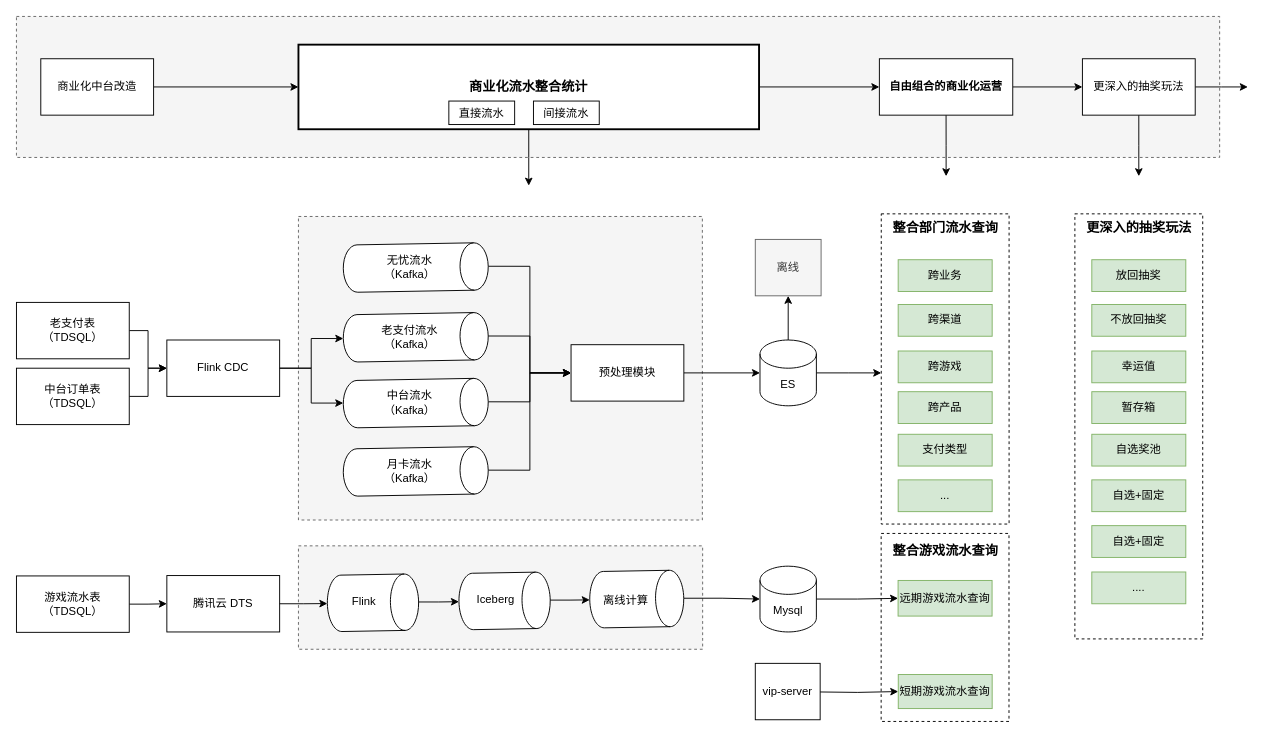
axtrur/resource keeps this draw.io diagram as 2023H2.drawio. Above is the earlier version. Source tidied: cells renumbered, new cells numbered last; positions are measured from the earlier drawing's top-left corner, leaving out a move shared by most shapes. Both pictures are drawn from the tidied source at 94%, with x=0, y=0 at pixel (16, 16).
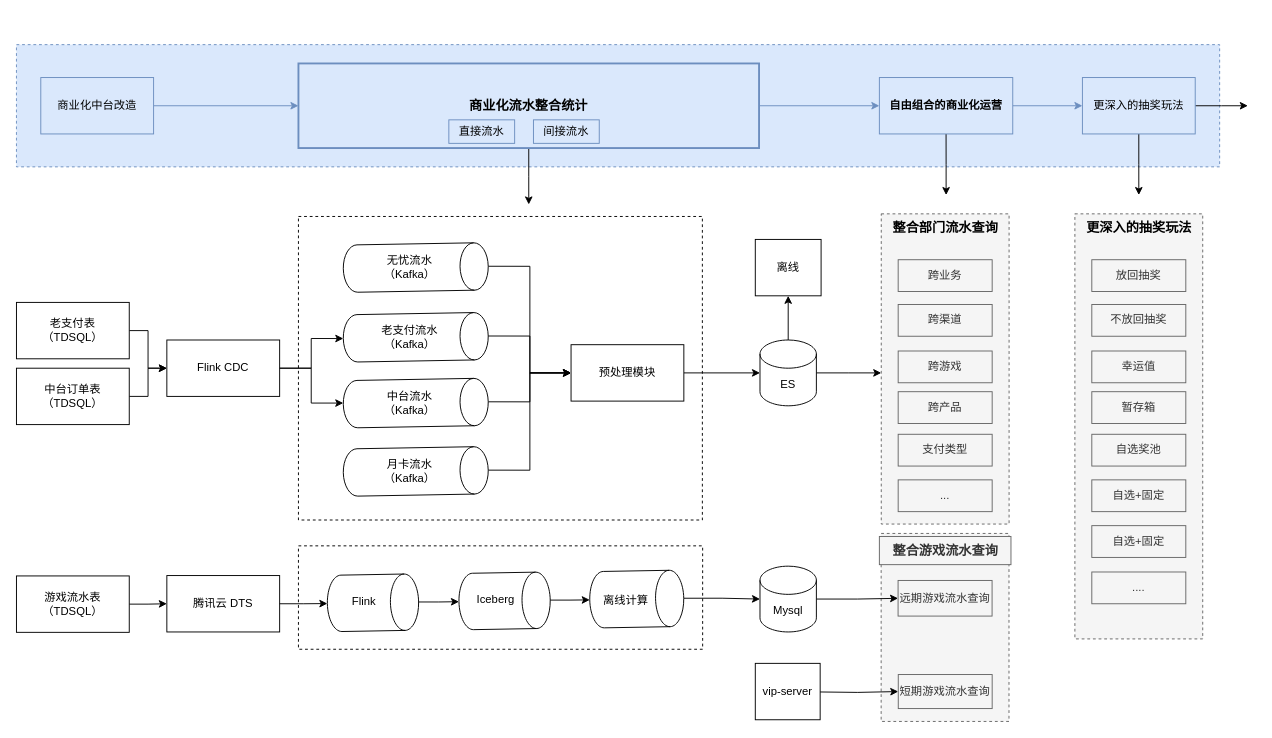
Above is the later version.

Change to the diagram source:
```diff
@@
-    <mxCell id="2" style="rounded=0;whiteSpace=wrap;html=1;dashed=1;fillColor=#f5f5f5;fontColor=#333333;strokeColor=#666666;" parent="1" vertex="1">
-      <mxGeometry width="1280" height="150" as="geometry" />
+    <mxCell id="2" style="rounded=0;whiteSpace=wrap;html=1;dashed=1;fillColor=#dae8fc;strokeColor=#6c8ebf;" parent="1" vertex="1">
+      <mxGeometry y="30" width="1280" height="130" as="geometry" />
     </mxCell>
-    <mxCell id="3" style="rounded=0;whiteSpace=wrap;html=1;dashed=1;" parent="1" vertex="1">
+    <mxCell id="3" style="rounded=0;whiteSpace=wrap;html=1;dashed=1;fillColor=#f5f5f5;fontColor=#333333;strokeColor=#666666;" parent="1" vertex="1">
       <mxGeometry x="919.9" y="550" width="136" height="200" as="geometry" />
     </mxCell>
-    <mxCell id="4" style="rounded=0;whiteSpace=wrap;html=1;dashed=1;fillColor=#f5f5f5;fontColor=#333333;strokeColor=#666666;" parent="1" vertex="1">
+    <mxCell id="4" style="rounded=0;whiteSpace=wrap;html=1;dashed=1;" parent="1" vertex="1">
       <mxGeometry x="300" y="212.8" width="429.7" height="322.9" as="geometry" />
     </mxCell>
@@
-    <mxCell id="14" style="rounded=0;whiteSpace=wrap;html=1;dashed=1;fillColor=#f5f5f5;fontColor=#333333;strokeColor=#666666;" parent="1" vertex="1">
+    <mxCell id="14" style="rounded=0;whiteSpace=wrap;html=1;dashed=1;" parent="1" vertex="1">
       <mxGeometry x="300" y="563.2" width="430" height="110" as="geometry" />
     </mxCell>
@@
-    <mxCell id="45" value="远期游戏流水查询" style="rounded=0;whiteSpace=wrap;html=1;fillColor=#d5e8d4;strokeColor=#82b366;" parent="1" vertex="1">
+    <mxCell id="45" value="远期游戏流水查询" style="rounded=0;whiteSpace=wrap;html=1;fillColor=#f5f5f5;strokeColor=#666666;fontColor=#333333;" parent="1" vertex="1">
       <mxGeometry x="937.9" y="600" width="100" height="37.9" as="geometry" />
     </mxCell>
@@
-    <mxCell id="47" value="短期游戏流水查询" style="rounded=0;whiteSpace=wrap;html=1;fillColor=#d5e8d4;strokeColor=#82b366;" parent="1" vertex="1">
+    <mxCell id="47" value="短期游戏流水查询" style="rounded=0;whiteSpace=wrap;html=1;fillColor=#f5f5f5;strokeColor=#666666;fontColor=#333333;" parent="1" vertex="1">
       <mxGeometry x="938.1" y="700.1" width="99.9" height="36.2" as="geometry" />
     </mxCell>
-    <mxCell id="48" value="离线" style="rounded=0;whiteSpace=wrap;html=1;fillColor=#f5f5f5;strokeColor=#666666;fontColor=#333333;" parent="1" vertex="1">
+    <mxCell id="48" value="离线" style="rounded=0;whiteSpace=wrap;html=1;" parent="1" vertex="1">
       <mxGeometry x="786" y="237.2" width="70" height="60" as="geometry" />
     </mxCell>
@@
-    <mxCell id="50" style="rounded=0;whiteSpace=wrap;html=1;dashed=1;" parent="1" vertex="1">
+    <mxCell id="50" style="rounded=0;whiteSpace=wrap;html=1;dashed=1;fillColor=#f5f5f5;fontColor=#333333;strokeColor=#666666;" parent="1" vertex="1">
       <mxGeometry x="920" y="210" width="136" height="330" as="geometry" />
     </mxCell>
@@
-    <mxCell id="52" value="跨业务" style="rounded=0;whiteSpace=wrap;html=1;fillColor=#d5e8d4;strokeColor=#82b366;" parent="1" vertex="1">
+    <mxCell id="52" value="跨业务" style="rounded=0;whiteSpace=wrap;html=1;fillColor=#f5f5f5;strokeColor=#666666;fontColor=#333333;" parent="1" vertex="1">
       <mxGeometry x="938" y="258.8" width="100" height="33.8" as="geometry" />
     </mxCell>
-    <mxCell id="53" value="跨渠道" style="rounded=0;whiteSpace=wrap;html=1;fillColor=#d5e8d4;strokeColor=#82b366;" parent="1" vertex="1">
+    <mxCell id="53" value="跨渠道" style="rounded=0;whiteSpace=wrap;html=1;fillColor=#f5f5f5;strokeColor=#666666;fontColor=#333333;" parent="1" vertex="1">
       <mxGeometry x="938" y="306.4" width="100" height="33.8" as="geometry" />
     </mxCell>
-    <mxCell id="54" value="跨游戏" style="rounded=0;whiteSpace=wrap;html=1;fillColor=#d5e8d4;strokeColor=#82b366;" parent="1" vertex="1">
+    <mxCell id="54" value="跨游戏" style="rounded=0;whiteSpace=wrap;html=1;fillColor=#f5f5f5;strokeColor=#666666;fontColor=#333333;" parent="1" vertex="1">
       <mxGeometry x="938" y="355.9" width="100" height="33.8" as="geometry" />
     </mxCell>
-    <mxCell id="55" value="跨产品" style="rounded=0;whiteSpace=wrap;html=1;fillColor=#d5e8d4;strokeColor=#82b366;" parent="1" vertex="1">
+    <mxCell id="55" value="跨产品" style="rounded=0;whiteSpace=wrap;html=1;fillColor=#f5f5f5;strokeColor=#666666;fontColor=#333333;" parent="1" vertex="1">
       <mxGeometry x="938" y="399.2" width="100" height="33.8" as="geometry" />
     </mxCell>
-    <mxCell id="56" value="支付类型" style="rounded=0;whiteSpace=wrap;html=1;fillColor=#d5e8d4;strokeColor=#82b366;" parent="1" vertex="1">
+    <mxCell id="56" value="支付类型" style="rounded=0;whiteSpace=wrap;html=1;fillColor=#f5f5f5;strokeColor=#666666;fontColor=#333333;" parent="1" vertex="1">
       <mxGeometry x="938" y="444.5" width="100" height="33.8" as="geometry" />
     </mxCell>
-    <mxCell id="57" value="..." style="rounded=0;whiteSpace=wrap;html=1;fillColor=#d5e8d4;strokeColor=#82b366;" parent="1" vertex="1">
+    <mxCell id="57" value="..." style="rounded=0;whiteSpace=wrap;html=1;fillColor=#f5f5f5;strokeColor=#666666;fontColor=#333333;" parent="1" vertex="1">
       <mxGeometry x="938" y="493" width="100" height="33.8" as="geometry" />
     </mxCell>
-    <mxCell id="58" value="整合游戏流水查询" style="text;html=1;align=center;verticalAlign=middle;strokeColor=none;fillColor=none;fontStyle=1;fontSize=14;" parent="1" vertex="1">
+    <mxCell id="58" value="整合游戏流水查询" style="text;html=1;align=center;verticalAlign=middle;strokeColor=#666666;fillColor=#f5f5f5;fontStyle=1;fontSize=14;fontColor=#333333;" parent="1" vertex="1">
       <mxGeometry x="918" y="553.2" width="140" height="30" as="geometry" />
     </mxCell>
-    <mxCell id="59" style="edgeStyle=orthogonalEdgeStyle;rounded=0;jettySize=auto;html=1;exitX=1;exitY=0.5;exitDx=0;exitDy=0;" parent="1" edge="1" source="61" target="66">
+    <mxCell id="59" style="edgeStyle=orthogonalEdgeStyle;rounded=0;jettySize=auto;html=1;exitX=1;exitY=0.5;exitDx=0;exitDy=0;fillColor=#dae8fc;strokeColor=#6c8ebf;" parent="1" edge="1" source="61" target="66">
       <mxGeometry relative="1" as="geometry" />
     </mxCell>
     <mxCell id="60" style="edgeStyle=orthogonalEdgeStyle;rounded=0;jettySize=auto;html=1;exitX=0.5;exitY=1;exitDx=0;exitDy=0;" parent="1" edge="1" source="61">
       <mxGeometry relative="1" as="geometry">
-        <mxPoint x="545" y="180" as="targetPoint" />
+        <mxPoint x="545" y="200" as="targetPoint" />
       </mxGeometry>
     </mxCell>
-    <mxCell id="61" value="&lt;font style=&quot;font-size: 14px;&quot;&gt;&lt;b&gt;商业化流水整合统计&lt;/b&gt;&lt;/font&gt;" style="rounded=0;whiteSpace=wrap;html=1;strokeWidth=2;" parent="1" vertex="1">
-      <mxGeometry x="300" y="30" width="490" height="90" as="geometry" />
+    <mxCell id="61" value="&lt;font style=&quot;font-size: 14px;&quot;&gt;&lt;b&gt;商业化流水整合统计&lt;/b&gt;&lt;/font&gt;" style="rounded=0;whiteSpace=wrap;html=1;strokeWidth=2;fillColor=#dae8fc;strokeColor=#6c8ebf;" parent="1" vertex="1">
+      <mxGeometry x="300" y="50" width="490" height="90" as="geometry" />
     </mxCell>
-    <mxCell id="62" style="edgeStyle=orthogonalEdgeStyle;rounded=0;jettySize=auto;html=1;exitX=1;exitY=0.5;exitDx=0;exitDy=0;entryX=0;entryY=0.5;entryDx=0;entryDy=0;" parent="1" edge="1" source="63" target="61">
+    <mxCell id="62" style="edgeStyle=orthogonalEdgeStyle;rounded=0;jettySize=auto;html=1;exitX=1;exitY=0.5;exitDx=0;exitDy=0;entryX=0;entryY=0.5;entryDx=0;entryDy=0;fillColor=#dae8fc;strokeColor=#6c8ebf;" parent="1" edge="1" source="63" target="61">
       <mxGeometry relative="1" as="geometry" />
     </mxCell>
-    <mxCell id="63" value="商业化中台改造" style="rounded=0;whiteSpace=wrap;html=1;" parent="1" vertex="1">
-      <mxGeometry x="25.9" y="45" width="120" height="60" as="geometry" />
+    <mxCell id="63" value="商业化中台改造" style="rounded=0;whiteSpace=wrap;html=1;fillColor=#dae8fc;strokeColor=#6c8ebf;" parent="1" vertex="1">
+      <mxGeometry x="25.9" y="65" width="120" height="60" as="geometry" />
     </mxCell>
-    <mxCell id="64" style="edgeStyle=orthogonalEdgeStyle;rounded=0;jettySize=auto;html=1;exitX=1;exitY=0.5;exitDx=0;exitDy=0;" parent="1" edge="1" source="66" target="69">
+    <mxCell id="64" style="edgeStyle=orthogonalEdgeStyle;rounded=0;jettySize=auto;html=1;exitX=1;exitY=0.5;exitDx=0;exitDy=0;fillColor=#dae8fc;strokeColor=#6c8ebf;" parent="1" edge="1" source="66" target="69">
       <mxGeometry relative="1" as="geometry" />
     </mxCell>
     <mxCell id="65" style="edgeStyle=orthogonalEdgeStyle;rounded=0;jettySize=auto;html=1;exitX=0.5;exitY=1;exitDx=0;exitDy=0;" parent="1" edge="1" source="66">
       <mxGeometry relative="1" as="geometry">
-        <mxPoint x="989" y="170" as="targetPoint" />
+        <mxPoint x="989" y="190" as="targetPoint" />
       </mxGeometry>
     </mxCell>
-    <mxCell id="66" value="&lt;b&gt;自由组合的商业化运营&lt;/b&gt;" style="rounded=0;whiteSpace=wrap;html=1;strokeWidth=1;" parent="1" vertex="1">
-      <mxGeometry x="918" y="45" width="141.9" height="60" as="geometry" />
+    <mxCell id="66" value="&lt;b&gt;自由组合的商业化运营&lt;/b&gt;" style="rounded=0;whiteSpace=wrap;html=1;strokeWidth=1;fillColor=#dae8fc;strokeColor=#6c8ebf;" parent="1" vertex="1">
+      <mxGeometry x="918" y="65" width="141.9" height="60" as="geometry" />
     </mxCell>
     <mxCell id="67" style="edgeStyle=orthogonalEdgeStyle;rounded=0;jettySize=auto;html=1;exitX=1;exitY=0.5;exitDx=0;exitDy=0;" parent="1" edge="1" source="69">
       <mxGeometry relative="1" as="geometry">
-        <mxPoint x="1310" y="75" as="targetPoint" />
+        <mxPoint x="1310" y="95" as="targetPoint" />
       </mxGeometry>
     </mxCell>
     <mxCell id="68" style="edgeStyle=orthogonalEdgeStyle;rounded=0;jettySize=auto;html=1;exitX=0.5;exitY=1;exitDx=0;exitDy=0;" parent="1" edge="1" source="69">
       <mxGeometry relative="1" as="geometry">
-        <mxPoint x="1194" y="170" as="targetPoint" />
+        <mxPoint x="1194" y="190" as="targetPoint" />
       </mxGeometry>
     </mxCell>
-    <mxCell id="69" value="更深入的抽奖玩法" style="rounded=0;whiteSpace=wrap;html=1;" parent="1" vertex="1">
-      <mxGeometry x="1134" y="45" width="120" height="60" as="geometry" />
+    <mxCell id="69" value="更深入的抽奖玩法" style="rounded=0;whiteSpace=wrap;html=1;fillColor=#dae8fc;strokeColor=#6c8ebf;" parent="1" vertex="1">
+      <mxGeometry x="1134" y="65" width="120" height="60" as="geometry" />
     </mxCell>
-    <mxCell id="70" value="间接流水" style="rounded=0;whiteSpace=wrap;html=1;" parent="1" vertex="1">
-      <mxGeometry x="550" y="90" width="70" height="25" as="geometry" />
+    <mxCell id="70" value="间接流水" style="rounded=0;whiteSpace=wrap;html=1;fillColor=#dae8fc;strokeColor=#6c8ebf;" parent="1" vertex="1">
+      <mxGeometry x="550" y="110" width="70" height="25" as="geometry" />
     </mxCell>
-    <mxCell id="71" value="直接流水" style="rounded=0;whiteSpace=wrap;html=1;" parent="1" vertex="1">
-      <mxGeometry x="460" y="90" width="70" height="25" as="geometry" />
+    <mxCell id="71" value="直接流水" style="rounded=0;whiteSpace=wrap;html=1;fillColor=#dae8fc;strokeColor=#6c8ebf;" parent="1" vertex="1">
+      <mxGeometry x="460" y="110" width="70" height="25" as="geometry" />
     </mxCell>
-    <mxCell id="72" style="rounded=0;whiteSpace=wrap;html=1;dashed=1;" parent="1" vertex="1">
+    <mxCell id="72" style="rounded=0;whiteSpace=wrap;html=1;dashed=1;fillColor=#f5f5f5;fontColor=#333333;strokeColor=#666666;" parent="1" vertex="1">
       <mxGeometry x="1126" y="210" width="136" height="452.2" as="geometry" />
     </mxCell>
@@
-    <mxCell id="74" value="放回抽奖" style="rounded=0;whiteSpace=wrap;html=1;fillColor=#d5e8d4;strokeColor=#82b366;" parent="1" vertex="1">
+    <mxCell id="74" value="放回抽奖" style="rounded=0;whiteSpace=wrap;html=1;fillColor=#f5f5f5;strokeColor=#666666;fontColor=#333333;" parent="1" vertex="1">
       <mxGeometry x="1144" y="258.8" width="100" height="33.8" as="geometry" />
     </mxCell>
-    <mxCell id="75" value="不放回抽奖" style="rounded=0;whiteSpace=wrap;html=1;fillColor=#d5e8d4;strokeColor=#82b366;" parent="1" vertex="1">
+    <mxCell id="75" value="不放回抽奖" style="rounded=0;whiteSpace=wrap;html=1;fillColor=#f5f5f5;strokeColor=#666666;fontColor=#333333;" parent="1" vertex="1">
       <mxGeometry x="1144" y="306.4" width="100" height="33.8" as="geometry" />
     </mxCell>
-    <mxCell id="76" value="幸运值" style="rounded=0;whiteSpace=wrap;html=1;fillColor=#d5e8d4;strokeColor=#82b366;" parent="1" vertex="1">
+    <mxCell id="76" value="幸运值" style="rounded=0;whiteSpace=wrap;html=1;fillColor=#f5f5f5;strokeColor=#666666;fontColor=#333333;" parent="1" vertex="1">
       <mxGeometry x="1144" y="355.9" width="100" height="33.8" as="geometry" />
     </mxCell>
-    <mxCell id="77" value="暂存箱" style="rounded=0;whiteSpace=wrap;html=1;fillColor=#d5e8d4;strokeColor=#82b366;" parent="1" vertex="1">
+    <mxCell id="77" value="暂存箱" style="rounded=0;whiteSpace=wrap;html=1;fillColor=#f5f5f5;strokeColor=#666666;fontColor=#333333;" parent="1" vertex="1">
       <mxGeometry x="1144" y="399.2" width="100" height="33.8" as="geometry" />
     </mxCell>
-    <mxCell id="78" value="自选奖池" style="rounded=0;whiteSpace=wrap;html=1;fillColor=#d5e8d4;strokeColor=#82b366;" parent="1" vertex="1">
+    <mxCell id="78" value="自选奖池" style="rounded=0;whiteSpace=wrap;html=1;fillColor=#f5f5f5;strokeColor=#666666;fontColor=#333333;" parent="1" vertex="1">
       <mxGeometry x="1144" y="444.5" width="100" height="33.8" as="geometry" />
     </mxCell>
-    <mxCell id="79" value="自选+固定" style="rounded=0;whiteSpace=wrap;html=1;fillColor=#d5e8d4;strokeColor=#82b366;" parent="1" vertex="1">
+    <mxCell id="79" value="自选+固定" style="rounded=0;whiteSpace=wrap;html=1;fillColor=#f5f5f5;strokeColor=#666666;fontColor=#333333;" parent="1" vertex="1">
       <mxGeometry x="1144" y="493" width="100" height="33.8" as="geometry" />
     </mxCell>
-    <mxCell id="80" value="自选+固定" style="rounded=0;whiteSpace=wrap;html=1;fillColor=#d5e8d4;strokeColor=#82b366;" parent="1" vertex="1">
+    <mxCell id="80" value="自选+固定" style="rounded=0;whiteSpace=wrap;html=1;fillColor=#f5f5f5;strokeColor=#666666;fontColor=#333333;" parent="1" vertex="1">
       <mxGeometry x="1144" y="541.7" width="100" height="33.8" as="geometry" />
     </mxCell>
-    <mxCell id="81" value="...." style="rounded=0;whiteSpace=wrap;html=1;fillColor=#d5e8d4;strokeColor=#82b366;" parent="1" vertex="1">
+    <mxCell id="81" value="...." style="rounded=0;whiteSpace=wrap;html=1;fillColor=#f5f5f5;strokeColor=#666666;fontColor=#333333;" parent="1" vertex="1">
       <mxGeometry x="1144" y="591" width="100" height="33.8" as="geometry" />
     </mxCell>
```
